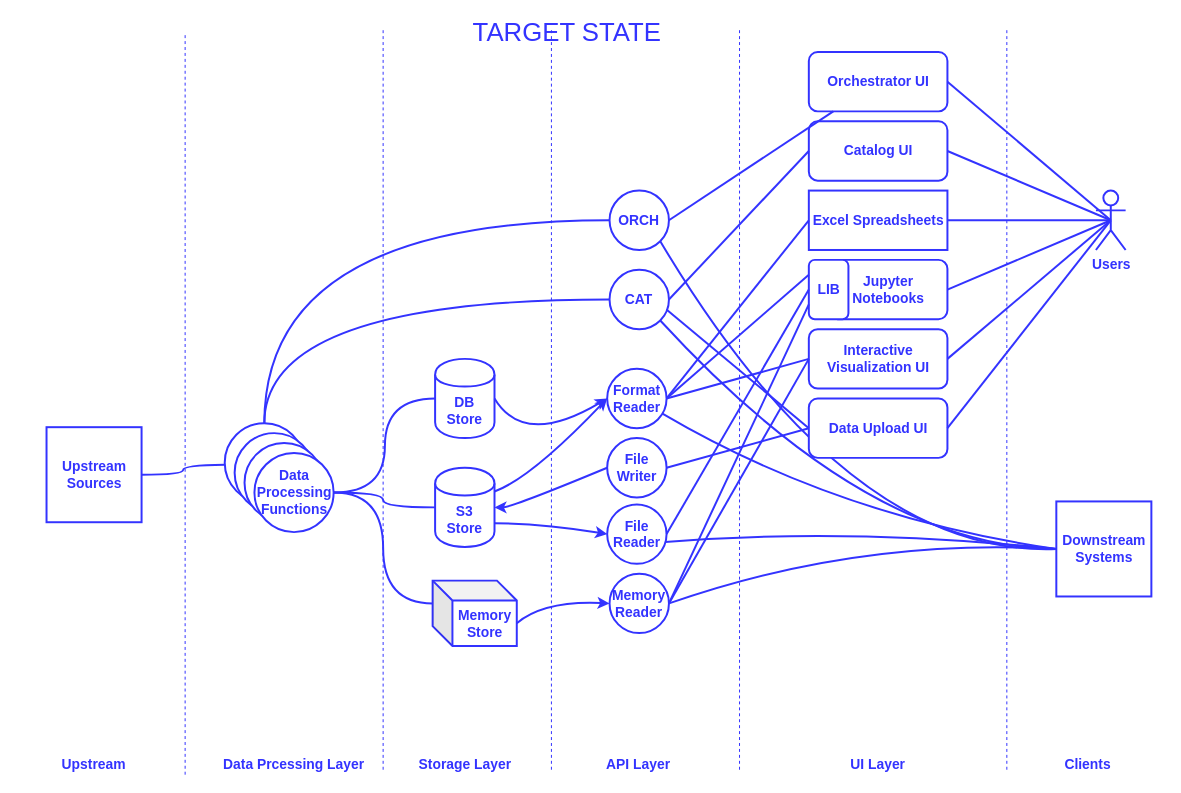
Earlier version of the draw.io diagram light-target-state.drawio (victor-kolesnikov/light-design). Source tidied: cells renumbered, new cells numbered last; positions are measured from the earlier drawing's top-left corner, leaving out a move shared by most shapes. Both pictures are drawn from the tidied source at 99%, with x=0, y=0 at pixel (17, 22).
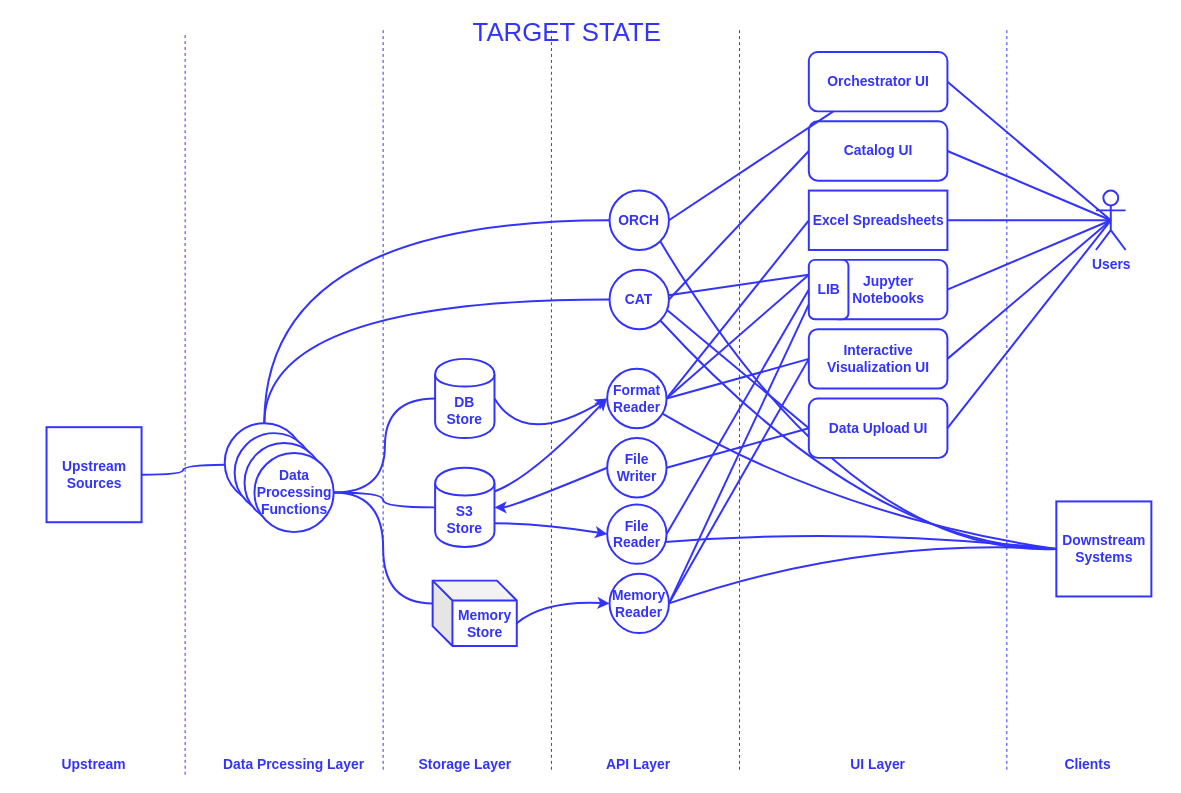
The same page after the edit.

The change refers to these unchanged cells:
```xml
<mxCell id="13" value="&lt;div&gt;&lt;font style=&quot;font-size: 14px&quot;&gt;&lt;b&gt;&lt;font style=&quot;font-size: 14px&quot; color=&quot;#3333FF&quot;&gt;CAT&lt;/font&gt;&lt;/b&gt;&lt;/font&gt;&lt;/div&gt;" style="ellipse;whiteSpace=wrap;html=1;strokeColor=#3333FF;strokeWidth=2;fillColor=#FFFFFF;" parent="1" vertex="1">
  <mxGeometry x="598.2" y="250" width="60" height="60" as="geometry" />
</mxCell>
<mxCell id="23" value="&lt;font color=&quot;#3333FF&quot;&gt;&lt;b&gt;&lt;font style=&quot;font-size: 14px&quot;&gt;LIB&lt;/font&gt;&lt;/b&gt;&lt;/font&gt;" style="rounded=1;whiteSpace=wrap;html=1;strokeColor=#3333FF;strokeWidth=2;fillColor=#FFFFFF;" parent="1" vertex="1">
  <mxGeometry x="799.5" y="240" width="40" height="60" as="geometry" />
</mxCell>
```

Change to the diagram source:
```diff
@@
+    <mxCell id="69" style="endArrow=none;html=1;strokeColor=#3333FF;strokeWidth=2;entryX=0;entryY=0.25;entryDx=0;entryDy=0;endFill=0;" parent="1" edge="1" source="13" target="23">
+      <mxGeometry relative="1" as="geometry" />
+    </mxCell>
```
